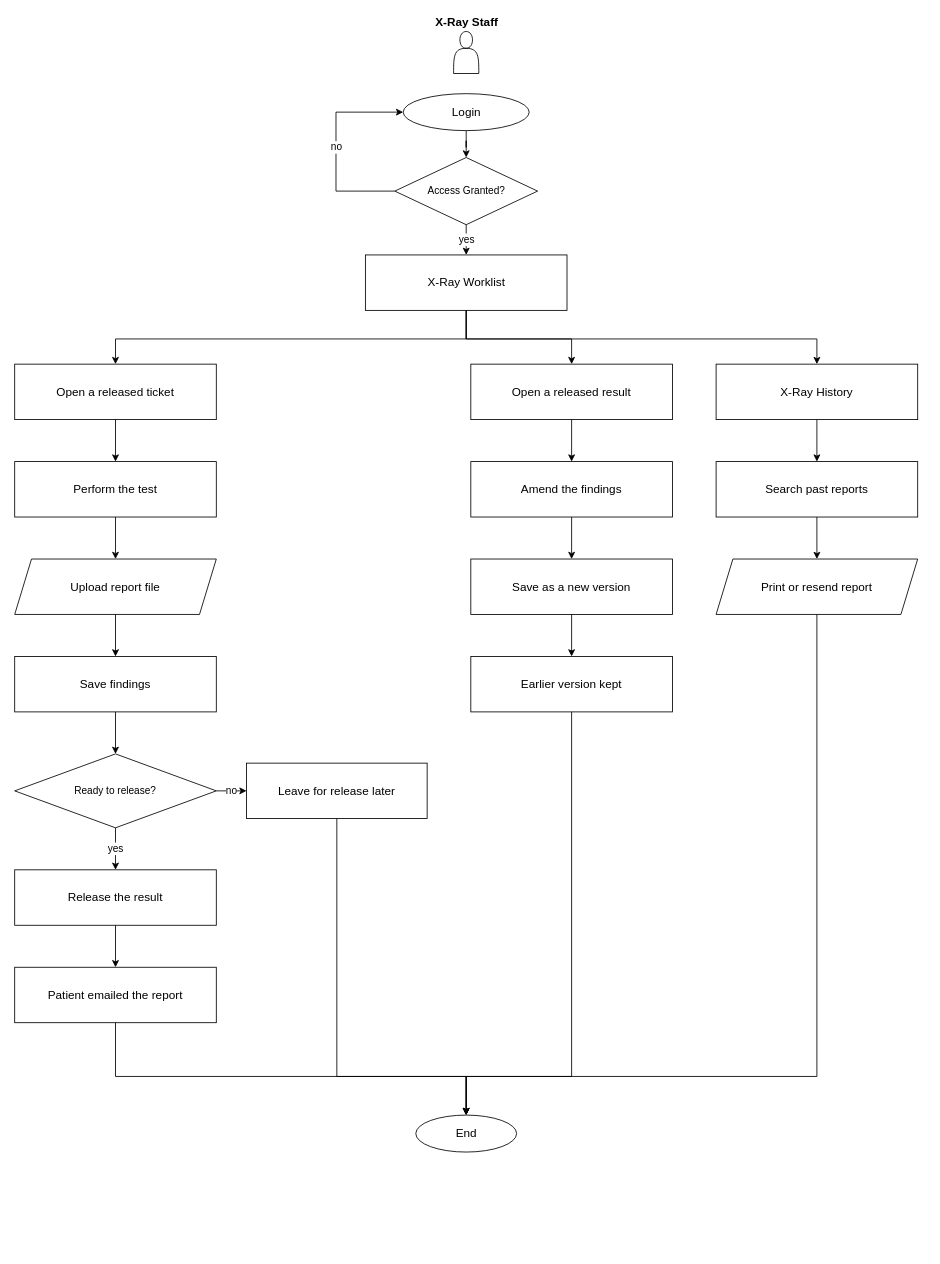
This is page "X-Ray" (7 of 8) of docs/diagrams/flowcharts.drawio from Diazzzz-cpu/Enlogada-Clinic-Management-System, a draw.io file, before an edit. Source tidied: cells renumbered, new cells numbered last; positions are measured from the earlier drawing's top-left corner, leaving out a move shared by most shapes. Both pictures are drawn from the tidied source at 84%, with x=0, y=0 at pixel (14, 31).
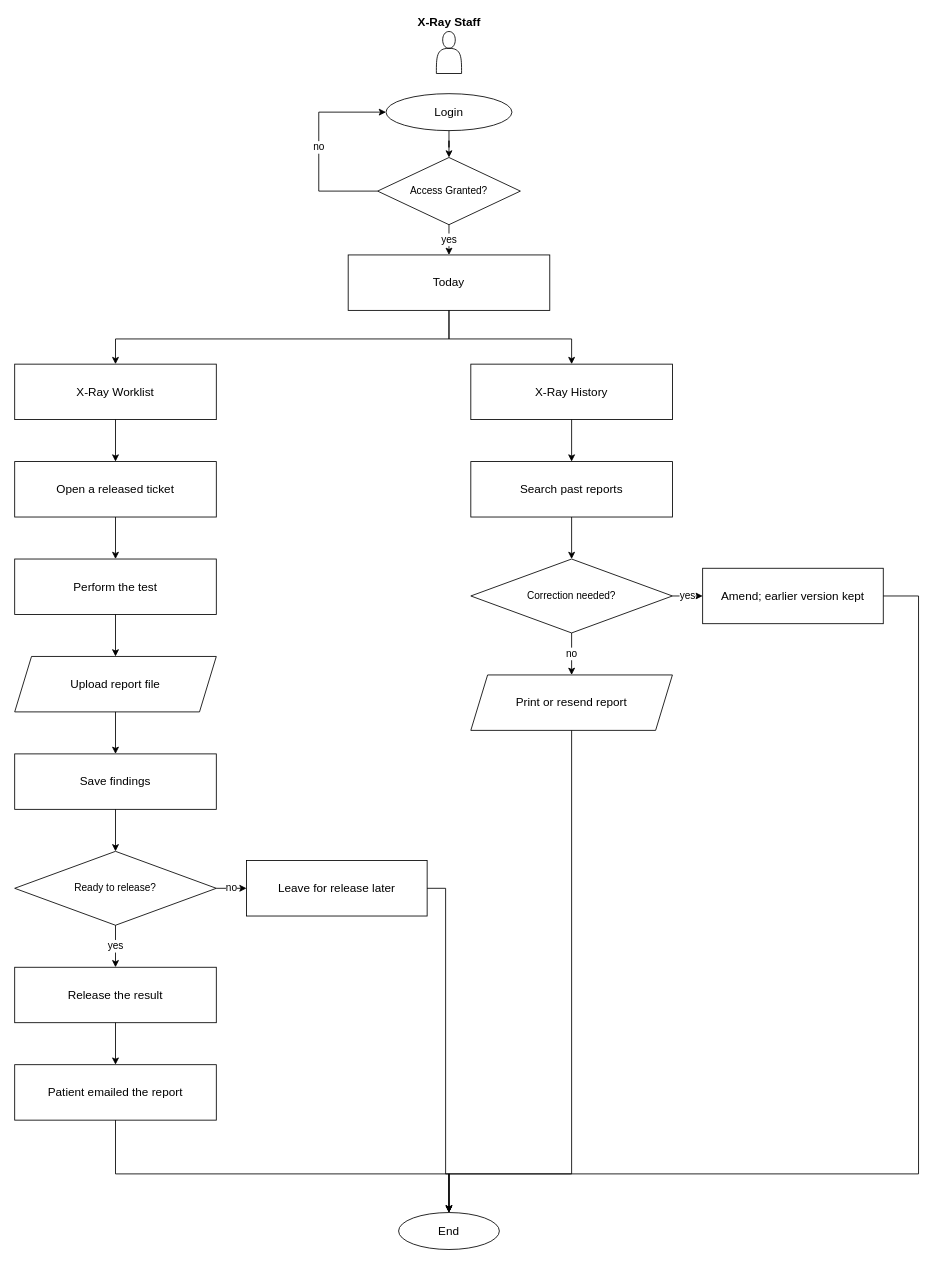
Above is the later version.

The edit, as a diff of the source:
```diff
@@
     <mxCell id="2" value="X-Ray Staff" style="shape=actor;fillColor=none;strokeColor=#000000;html=1;verticalLabelPosition=top;verticalAlign=bottom;fontFamily=Helvetica;fontSize=14;fontColor=#000000;fontStyle=1;" parent="1" vertex="1">
-      <mxGeometry x="522.5" width="30" height="50" as="geometry" />
+      <mxGeometry x="502" width="30" height="50" as="geometry" />
     </mxCell>
     <mxCell id="3" value="Login" style="ellipse;whiteSpace=wrap;html=1;fontFamily=Helvetica;fontSize=14;fontColor=#000000;strokeColor=#000000;" parent="1" vertex="1">
-      <mxGeometry x="462.5" y="74" width="150" height="44" as="geometry" />
+      <mxGeometry x="442" y="74" width="150" height="44" as="geometry" />
     </mxCell>
     <mxCell id="4" value="Access Granted?" style="rhombus;whiteSpace=wrap;html=1;fontFamily=Helvetica;fontSize=12;fontColor=#000000;strokeColor=#000000;" parent="1" vertex="1">
-      <mxGeometry x="452.5" y="150" width="170" height="80" as="geometry" />
+      <mxGeometry x="432" y="150" width="170" height="80" as="geometry" />
     </mxCell>
-    <mxCell id="5" value="X-Ray Worklist" style="rounded=0;whiteSpace=wrap;html=1;fontFamily=Helvetica;fontSize=14;fontColor=#000000;strokeColor=#000000;" parent="1" vertex="1">
-      <mxGeometry x="417.5" y="266" width="240" height="66" as="geometry" />
+    <mxCell id="5" value="Today" style="rounded=0;whiteSpace=wrap;html=1;fontFamily=Helvetica;fontSize=14;fontColor=#000000;strokeColor=#000000;" parent="1" vertex="1">
+      <mxGeometry x="397" y="266" width="240" height="66" as="geometry" />
     </mxCell>
@@
     <mxCell id="8" value="no" style="edgeStyle=orthogonalEdgeStyle;rounded=0;html=1;jettySize=auto;fontFamily=Helvetica;fontSize=12;fontColor=#000000;strokeColor=#000000;exitX=0;exitY=0.5;exitDx=0;exitDy=0;entryX=0;entryY=0.5;entryDx=0;entryDy=0;" parent="1" edge="1" source="4" target="3">
       <mxGeometry relative="1" as="geometry">
         <Array as="points">
-          <mxPoint x="382.5" y="190" />
-          <mxPoint x="382.5" y="96" />
+          <mxPoint x="362" y="190" />
+          <mxPoint x="362" y="96" />
         </Array>
       </mxGeometry>
     </mxCell>
-    <mxCell id="9" value="Open a released ticket" style="rounded=0;whiteSpace=wrap;html=1;fontFamily=Helvetica;fontSize=14;fontColor=#000000;strokeColor=#000000;" parent="1" vertex="1">
+    <mxCell id="9" value="X-Ray Worklist" style="rounded=0;whiteSpace=wrap;html=1;fontFamily=Helvetica;fontSize=14;fontColor=#000000;strokeColor=#000000;" parent="1" vertex="1">
       <mxGeometry y="396" width="240" height="66" as="geometry" />
     </mxCell>
-    <mxCell id="10" value="Perform the test" style="rounded=0;whiteSpace=wrap;html=1;fontFamily=Helvetica;fontSize=14;fontColor=#000000;strokeColor=#000000;" parent="1" vertex="1">
+    <mxCell id="10" value="Open a released ticket" style="rounded=0;whiteSpace=wrap;html=1;fontFamily=Helvetica;fontSize=14;fontColor=#000000;strokeColor=#000000;" parent="1" vertex="1">
       <mxGeometry y="512" width="240" height="66" as="geometry" />
     </mxCell>
-    <mxCell id="11" value="Upload report file" style="shape=parallelogram;perimeter=parallelogramPerimeter;whiteSpace=wrap;html=1;fixedSize=1;fontFamily=Helvetica;fontSize=14;fontColor=#000000;strokeColor=#000000;" parent="1" vertex="1">
+    <mxCell id="11" value="Perform the test" style="rounded=0;whiteSpace=wrap;html=1;fontFamily=Helvetica;fontSize=14;fontColor=#000000;strokeColor=#000000;" parent="1" vertex="1">
       <mxGeometry y="628" width="240" height="66" as="geometry" />
     </mxCell>
-    <mxCell id="12" value="Save findings" style="rounded=0;whiteSpace=wrap;html=1;fontFamily=Helvetica;fontSize=14;fontColor=#000000;strokeColor=#000000;" parent="1" vertex="1">
+    <mxCell id="12" value="Upload report file" style="shape=parallelogram;perimeter=parallelogramPerimeter;whiteSpace=wrap;html=1;fixedSize=1;fontFamily=Helvetica;fontSize=14;fontColor=#000000;strokeColor=#000000;" parent="1" vertex="1">
       <mxGeometry y="744" width="240" height="66" as="geometry" />
     </mxCell>
-    <mxCell id="13" value="Ready to release?" style="rhombus;whiteSpace=wrap;html=1;fontFamily=Helvetica;fontSize=12;fontColor=#000000;strokeColor=#000000;" parent="1" vertex="1">
-      <mxGeometry y="860" width="240" height="88" as="geometry" />
+    <mxCell id="13" value="Save findings" style="rounded=0;whiteSpace=wrap;html=1;fontFamily=Helvetica;fontSize=14;fontColor=#000000;strokeColor=#000000;" parent="1" vertex="1">
+      <mxGeometry y="860" width="240" height="66" as="geometry" />
     </mxCell>
-    <mxCell id="14" value="Release the result" style="rounded=0;whiteSpace=wrap;html=1;fontFamily=Helvetica;fontSize=14;fontColor=#000000;strokeColor=#000000;" parent="1" vertex="1">
-      <mxGeometry y="998" width="240" height="66" as="geometry" />
+    <mxCell id="14" value="Ready to release?" style="rhombus;whiteSpace=wrap;html=1;fontFamily=Helvetica;fontSize=12;fontColor=#000000;strokeColor=#000000;" parent="1" vertex="1">
+      <mxGeometry y="976" width="240" height="88" as="geometry" />
     </mxCell>
-    <mxCell id="15" value="Patient emailed the report" style="rounded=0;whiteSpace=wrap;html=1;fontFamily=Helvetica;fontSize=14;fontColor=#000000;strokeColor=#000000;" parent="1" vertex="1">
+    <mxCell id="15" value="Release the result" style="rounded=0;whiteSpace=wrap;html=1;fontFamily=Helvetica;fontSize=14;fontColor=#000000;strokeColor=#000000;" parent="1" vertex="1">
       <mxGeometry y="1114" width="240" height="66" as="geometry" />
     </mxCell>
-    <mxCell id="16" style="edgeStyle=orthogonalEdgeStyle;rounded=0;html=1;jettySize=auto;fontFamily=Helvetica;fontSize=12;fontColor=#000000;strokeColor=#000000;exitX=0.5;exitY=1;exitDx=0;exitDy=0;entryX=0.5;entryY=0;entryDx=0;entryDy=0;" parent="1" edge="1" source="5" target="9">
-      <mxGeometry relative="1" as="geometry">
-        <Array as="points">
-          <mxPoint x="537.5" y="366" />
-          <mxPoint x="120" y="366" />
-        </Array>
-      </mxGeometry>
-    </mxCell>
+    <mxCell id="44" value="Patient emailed the report" style="rounded=0;whiteSpace=wrap;html=1;fontFamily=Helvetica;fontSize=14;fontColor=#000000;strokeColor=#000000;" parent="1" vertex="1">
+      <mxGeometry y="1230" width="240" height="66" as="geometry" />
+    </mxCell>
-    <mxCell id="17" style="edgeStyle=orthogonalEdgeStyle;rounded=0;html=1;jettySize=auto;fontFamily=Helvetica;fontSize=12;fontColor=#000000;strokeColor=#000000;" parent="1" edge="1" source="9" target="10">
-      <mxGeometry relative="1" as="geometry" />
+    <mxCell id="17" style="edgeStyle=orthogonalEdgeStyle;rounded=0;html=1;jettySize=auto;fontFamily=Helvetica;fontSize=12;fontColor=#000000;strokeColor=#000000;exitX=0.5;exitY=1;exitDx=0;exitDy=0;entryX=0.5;entryY=0;entryDx=0;entryDy=0;" parent="1" edge="1" source="5" target="9">
+      <mxGeometry relative="1" as="geometry">
+        <Array as="points">
+          <mxPoint x="517" y="366" />
+          <mxPoint x="120" y="366" />
+        </Array>
+      </mxGeometry>
     </mxCell>
-    <mxCell id="18" style="edgeStyle=orthogonalEdgeStyle;rounded=0;html=1;jettySize=auto;fontFamily=Helvetica;fontSize=12;fontColor=#000000;strokeColor=#000000;" parent="1" edge="1" source="10" target="11">
+    <mxCell id="18" style="edgeStyle=orthogonalEdgeStyle;rounded=0;html=1;jettySize=auto;fontFamily=Helvetica;fontSize=12;fontColor=#000000;strokeColor=#000000;" parent="1" edge="1" source="9" target="10">
       <mxGeometry relative="1" as="geometry" />
     </mxCell>
-    <mxCell id="19" style="edgeStyle=orthogonalEdgeStyle;rounded=0;html=1;jettySize=auto;fontFamily=Helvetica;fontSize=12;fontColor=#000000;strokeColor=#000000;" parent="1" edge="1" source="11" target="12">
+    <mxCell id="19" style="edgeStyle=orthogonalEdgeStyle;rounded=0;html=1;jettySize=auto;fontFamily=Helvetica;fontSize=12;fontColor=#000000;strokeColor=#000000;" parent="1" edge="1" source="10" target="11">
       <mxGeometry relative="1" as="geometry" />
     </mxCell>
-    <mxCell id="20" style="edgeStyle=orthogonalEdgeStyle;rounded=0;html=1;jettySize=auto;fontFamily=Helvetica;fontSize=12;fontColor=#000000;strokeColor=#000000;" parent="1" edge="1" source="12" target="13">
+    <mxCell id="20" style="edgeStyle=orthogonalEdgeStyle;rounded=0;html=1;jettySize=auto;fontFamily=Helvetica;fontSize=12;fontColor=#000000;strokeColor=#000000;" parent="1" edge="1" source="11" target="12">
       <mxGeometry relative="1" as="geometry" />
     </mxCell>
+    <mxCell id="45" style="edgeStyle=orthogonalEdgeStyle;rounded=0;html=1;jettySize=auto;fontFamily=Helvetica;fontSize=12;fontColor=#000000;strokeColor=#000000;" parent="1" edge="1" source="12" target="13">
+      <mxGeometry relative="1" as="geometry" />
+    </mxCell>
+    <mxCell id="22" style="edgeStyle=orthogonalEdgeStyle;rounded=0;html=1;jettySize=auto;fontFamily=Helvetica;fontSize=12;fontColor=#000000;strokeColor=#000000;" parent="1" edge="1" source="13" target="14">
+      <mxGeometry relative="1" as="geometry" />
+    </mxCell>
     <mxCell id="21" value="Leave for release later" style="rounded=0;whiteSpace=wrap;html=1;fontFamily=Helvetica;fontSize=14;fontColor=#000000;strokeColor=#000000;" parent="1" vertex="1">
-      <mxGeometry x="276" y="871" width="215" height="66" as="geometry" />
+      <mxGeometry x="276" y="987" width="215" height="66" as="geometry" />
     </mxCell>
-    <mxCell id="22" value="no" style="edgeStyle=orthogonalEdgeStyle;rounded=0;html=1;jettySize=auto;fontFamily=Helvetica;fontSize=12;fontColor=#000000;strokeColor=#000000;" parent="1" edge="1" source="13" target="21">
-      <mxGeometry relative="1" as="geometry" />
-    </mxCell>
-    <mxCell id="23" value="yes" style="edgeStyle=orthogonalEdgeStyle;rounded=0;html=1;jettySize=auto;fontFamily=Helvetica;fontSize=12;fontColor=#000000;strokeColor=#000000;" parent="1" edge="1" source="13" target="14">
-      <mxGeometry relative="1" as="geometry" />
-    </mxCell>
-    <mxCell id="24" style="edgeStyle=orthogonalEdgeStyle;rounded=0;html=1;jettySize=auto;fontFamily=Helvetica;fontSize=12;fontColor=#000000;strokeColor=#000000;" parent="1" edge="1" source="14" target="15">
+    <mxCell id="24" value="no" style="edgeStyle=orthogonalEdgeStyle;rounded=0;html=1;jettySize=auto;fontFamily=Helvetica;fontSize=12;fontColor=#000000;strokeColor=#000000;" parent="1" edge="1" source="14" target="21">
       <mxGeometry relative="1" as="geometry" />
     </mxCell>
-    <mxCell id="25" value="Open a released result" style="rounded=0;whiteSpace=wrap;html=1;fontFamily=Helvetica;fontSize=14;fontColor=#000000;strokeColor=#000000;" parent="1" vertex="1">
-      <mxGeometry x="543" y="396" width="240" height="66" as="geometry" />
-    </mxCell>
-    <mxCell id="26" value="Amend the findings" style="rounded=0;whiteSpace=wrap;html=1;fontFamily=Helvetica;fontSize=14;fontColor=#000000;strokeColor=#000000;" parent="1" vertex="1">
-      <mxGeometry x="543" y="512" width="240" height="66" as="geometry" />
-    </mxCell>
+    <mxCell id="46" value="yes" style="edgeStyle=orthogonalEdgeStyle;rounded=0;html=1;jettySize=auto;fontFamily=Helvetica;fontSize=12;fontColor=#000000;strokeColor=#000000;" parent="1" edge="1" source="14" target="15">
+      <mxGeometry relative="1" as="geometry" />
+    </mxCell>
+    <mxCell id="47" style="edgeStyle=orthogonalEdgeStyle;rounded=0;html=1;jettySize=auto;fontFamily=Helvetica;fontSize=12;fontColor=#000000;strokeColor=#000000;" parent="1" edge="1" source="15" target="44">
+      <mxGeometry relative="1" as="geometry" />
+    </mxCell>
-    <mxCell id="27" value="Save as a new version" style="rounded=0;whiteSpace=wrap;html=1;fontFamily=Helvetica;fontSize=14;fontColor=#000000;strokeColor=#000000;" parent="1" vertex="1">
-      <mxGeometry x="543" y="628" width="240" height="66" as="geometry" />
+    <mxCell id="27" value="X-Ray History" style="rounded=0;whiteSpace=wrap;html=1;fontFamily=Helvetica;fontSize=14;fontColor=#000000;strokeColor=#000000;" parent="1" vertex="1">
+      <mxGeometry x="543" y="396" width="240" height="66" as="geometry" />
     </mxCell>
-    <mxCell id="28" value="Earlier version kept" style="rounded=0;whiteSpace=wrap;html=1;fontFamily=Helvetica;fontSize=14;fontColor=#000000;strokeColor=#000000;" parent="1" vertex="1">
-      <mxGeometry x="543" y="744" width="240" height="66" as="geometry" />
+    <mxCell id="28" value="Search past reports" style="rounded=0;whiteSpace=wrap;html=1;fontFamily=Helvetica;fontSize=14;fontColor=#000000;strokeColor=#000000;" parent="1" vertex="1">
+      <mxGeometry x="543" y="512" width="240" height="66" as="geometry" />
     </mxCell>
-    <mxCell id="29" style="edgeStyle=orthogonalEdgeStyle;rounded=0;html=1;jettySize=auto;fontFamily=Helvetica;fontSize=12;fontColor=#000000;strokeColor=#000000;exitX=0.5;exitY=1;exitDx=0;exitDy=0;entryX=0.5;entryY=0;entryDx=0;entryDy=0;" parent="1" edge="1" source="5" target="25">
-      <mxGeometry relative="1" as="geometry">
-        <Array as="points">
-          <mxPoint x="537.5" y="366" />
-          <mxPoint x="663" y="366" />
-        </Array>
-      </mxGeometry>
-    </mxCell>
-    <mxCell id="30" style="edgeStyle=orthogonalEdgeStyle;rounded=0;html=1;jettySize=auto;fontFamily=Helvetica;fontSize=12;fontColor=#000000;strokeColor=#000000;" parent="1" edge="1" source="25" target="26">
-      <mxGeometry relative="1" as="geometry" />
-    </mxCell>
+    <mxCell id="48" value="Correction needed?" style="rhombus;whiteSpace=wrap;html=1;fontFamily=Helvetica;fontSize=12;fontColor=#000000;strokeColor=#000000;" parent="1" vertex="1">
+      <mxGeometry x="543" y="628" width="240" height="88" as="geometry" />
+    </mxCell>
+    <mxCell id="35" value="Print or resend report" style="shape=parallelogram;perimeter=parallelogramPerimeter;whiteSpace=wrap;html=1;fixedSize=1;fontFamily=Helvetica;fontSize=14;fontColor=#000000;strokeColor=#000000;" parent="1" vertex="1">
+      <mxGeometry x="543" y="766" width="240" height="66" as="geometry" />
+    </mxCell>
-    <mxCell id="31" style="edgeStyle=orthogonalEdgeStyle;rounded=0;html=1;jettySize=auto;fontFamily=Helvetica;fontSize=12;fontColor=#000000;strokeColor=#000000;" parent="1" edge="1" source="26" target="27">
-      <mxGeometry relative="1" as="geometry" />
+    <mxCell id="31" style="edgeStyle=orthogonalEdgeStyle;rounded=0;html=1;jettySize=auto;fontFamily=Helvetica;fontSize=12;fontColor=#000000;strokeColor=#000000;exitX=0.5;exitY=1;exitDx=0;exitDy=0;entryX=0.5;entryY=0;entryDx=0;entryDy=0;" parent="1" edge="1" source="5" target="27">
+      <mxGeometry relative="1" as="geometry">
+        <Array as="points">
+          <mxPoint x="517" y="366" />
+          <mxPoint x="663" y="366" />
+        </Array>
+      </mxGeometry>
     </mxCell>
@@
-    <mxCell id="33" value="X-Ray History" style="rounded=0;whiteSpace=wrap;html=1;fontFamily=Helvetica;fontSize=14;fontColor=#000000;strokeColor=#000000;" parent="1" vertex="1">
-      <mxGeometry x="835" y="396" width="240" height="66" as="geometry" />
-    </mxCell>
+    <mxCell id="49" style="edgeStyle=orthogonalEdgeStyle;rounded=0;html=1;jettySize=auto;fontFamily=Helvetica;fontSize=12;fontColor=#000000;strokeColor=#000000;" parent="1" edge="1" source="28" target="48">
+      <mxGeometry relative="1" as="geometry" />
+    </mxCell>
-    <mxCell id="34" value="Search past reports" style="rounded=0;whiteSpace=wrap;html=1;fontFamily=Helvetica;fontSize=14;fontColor=#000000;strokeColor=#000000;" parent="1" vertex="1">
-      <mxGeometry x="835" y="512" width="240" height="66" as="geometry" />
+    <mxCell id="34" value="Amend; earlier version kept" style="rounded=0;whiteSpace=wrap;html=1;fontFamily=Helvetica;fontSize=14;fontColor=#000000;strokeColor=#000000;" parent="1" vertex="1">
+      <mxGeometry x="819" y="639" width="215" height="66" as="geometry" />
     </mxCell>
-    <mxCell id="35" value="Print or resend report" style="shape=parallelogram;perimeter=parallelogramPerimeter;whiteSpace=wrap;html=1;fixedSize=1;fontFamily=Helvetica;fontSize=14;fontColor=#000000;strokeColor=#000000;" parent="1" vertex="1">
-      <mxGeometry x="835" y="628" width="240" height="66" as="geometry" />
-    </mxCell>
+    <mxCell id="50" value="yes" style="edgeStyle=orthogonalEdgeStyle;rounded=0;html=1;jettySize=auto;fontFamily=Helvetica;fontSize=12;fontColor=#000000;strokeColor=#000000;" parent="1" edge="1" source="48" target="34">
+      <mxGeometry relative="1" as="geometry" />
+    </mxCell>
-    <mxCell id="36" style="edgeStyle=orthogonalEdgeStyle;rounded=0;html=1;jettySize=auto;fontFamily=Helvetica;fontSize=12;fontColor=#000000;strokeColor=#000000;exitX=0.5;exitY=1;exitDx=0;exitDy=0;entryX=0.5;entryY=0;entryDx=0;entryDy=0;" parent="1" edge="1" source="5" target="33">
-      <mxGeometry relative="1" as="geometry">
-        <Array as="points">
-          <mxPoint x="537.5" y="366" />
-          <mxPoint x="955" y="366" />
-        </Array>
-      </mxGeometry>
+    <mxCell id="36" value="no" style="edgeStyle=orthogonalEdgeStyle;rounded=0;html=1;jettySize=auto;fontFamily=Helvetica;fontSize=12;fontColor=#000000;strokeColor=#000000;" parent="1" edge="1" source="48" target="35">
+      <mxGeometry relative="1" as="geometry" />
     </mxCell>
-    <mxCell id="37" style="edgeStyle=orthogonalEdgeStyle;rounded=0;html=1;jettySize=auto;fontFamily=Helvetica;fontSize=12;fontColor=#000000;strokeColor=#000000;" parent="1" edge="1" source="33" target="34">
-      <mxGeometry relative="1" as="geometry" />
-    </mxCell>
+    <mxCell id="39" value="End" style="ellipse;whiteSpace=wrap;html=1;fontFamily=Helvetica;fontSize=14;fontColor=#000000;strokeColor=#000000;" parent="1" vertex="1">
+      <mxGeometry x="457" y="1406" width="120" height="44" as="geometry" />
+    </mxCell>
-    <mxCell id="38" style="edgeStyle=orthogonalEdgeStyle;rounded=0;html=1;jettySize=auto;fontFamily=Helvetica;fontSize=12;fontColor=#000000;strokeColor=#000000;" parent="1" edge="1" source="34" target="35">
-      <mxGeometry relative="1" as="geometry" />
+    <mxCell id="38" style="edgeStyle=orthogonalEdgeStyle;rounded=0;html=1;jettySize=auto;fontFamily=Helvetica;fontSize=12;fontColor=#000000;strokeColor=#000000;exitX=0.5;exitY=1;exitDx=0;exitDy=0;" parent="1" edge="1" source="44" target="39">
+      <mxGeometry relative="1" as="geometry">
+        <Array as="points">
+          <mxPoint x="120" y="1360" />
+        </Array>
+      </mxGeometry>
     </mxCell>
-    <mxCell id="39" value="End" style="ellipse;whiteSpace=wrap;html=1;fontFamily=Helvetica;fontSize=14;fontColor=#000000;strokeColor=#000000;" parent="1" vertex="1">
-      <mxGeometry x="477.5" y="1290" width="120" height="44" as="geometry" />
-    </mxCell>
+    <mxCell id="42" style="edgeStyle=orthogonalEdgeStyle;rounded=0;html=1;jettySize=auto;fontFamily=Helvetica;fontSize=12;fontColor=#000000;strokeColor=#000000;exitX=0.5;exitY=1;exitDx=0;exitDy=0;" parent="1" edge="1" source="35" target="39">
+      <mxGeometry relative="1" as="geometry">
+        <Array as="points">
+          <mxPoint x="663" y="1360" />
+        </Array>
+      </mxGeometry>
+    </mxCell>
-    <mxCell id="40" style="edgeStyle=orthogonalEdgeStyle;rounded=0;html=1;jettySize=auto;fontFamily=Helvetica;fontSize=12;fontColor=#000000;strokeColor=#000000;exitX=0.5;exitY=1;exitDx=0;exitDy=0;" parent="1" edge="1" source="15" target="39">
+    <mxCell id="40" style="edgeStyle=orthogonalEdgeStyle;rounded=0;html=1;jettySize=auto;fontFamily=Helvetica;fontSize=12;fontColor=#000000;strokeColor=#000000;exitX=1;exitY=0.5;exitDx=0;exitDy=0;" parent="1" edge="1" source="21" target="39">
       <mxGeometry relative="1" as="geometry">
         <Array as="points">
-          <mxPoint x="120" y="1244" />
+          <mxPoint x="513" y="1020" />
+          <mxPoint x="513" y="1360" />
         </Array>
       </mxGeometry>
     </mxCell>
-    <mxCell id="41" style="edgeStyle=orthogonalEdgeStyle;rounded=0;html=1;jettySize=auto;fontFamily=Helvetica;fontSize=12;fontColor=#000000;strokeColor=#000000;exitX=0.5;exitY=1;exitDx=0;exitDy=0;" parent="1" edge="1" source="28" target="39">
+    <mxCell id="41" style="edgeStyle=orthogonalEdgeStyle;rounded=0;html=1;jettySize=auto;fontFamily=Helvetica;fontSize=12;fontColor=#000000;strokeColor=#000000;exitX=1;exitY=0.5;exitDx=0;exitDy=0;" parent="1" edge="1" source="34" target="39">
       <mxGeometry relative="1" as="geometry">
         <Array as="points">
-          <mxPoint x="663" y="1244" />
+          <mxPoint x="1076" y="672" />
+          <mxPoint x="1076" y="1360" />
         </Array>
       </mxGeometry>
     </mxCell>
-    <mxCell id="42" style="edgeStyle=orthogonalEdgeStyle;rounded=0;html=1;jettySize=auto;fontFamily=Helvetica;fontSize=12;fontColor=#000000;strokeColor=#000000;exitX=0.5;exitY=1;exitDx=0;exitDy=0;" parent="1" edge="1" source="35" target="39">
-      <mxGeometry relative="1" as="geometry">
-        <Array as="points">
-          <mxPoint x="955" y="1244" />
-        </Array>
-      </mxGeometry>
-    </mxCell>
-    <mxCell id="43" style="edgeStyle=orthogonalEdgeStyle;rounded=0;html=1;jettySize=auto;fontFamily=Helvetica;fontSize=12;fontColor=#000000;strokeColor=#000000;exitX=0.5;exitY=1;exitDx=0;exitDy=0;" parent="1" edge="1" source="21" target="39">
-      <mxGeometry relative="1" as="geometry">
-        <Array as="points">
-          <mxPoint x="383.5" y="1244" />
-        </Array>
-      </mxGeometry>
-    </mxCell>
```
